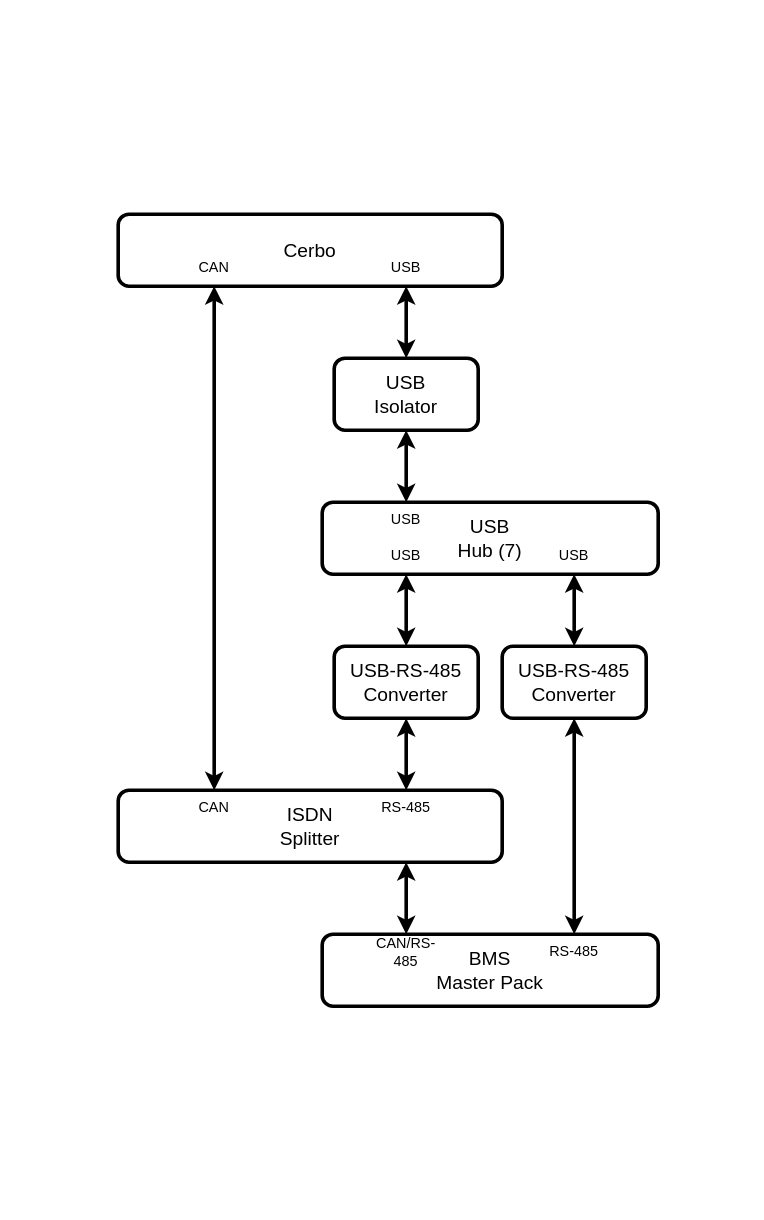
The draw.io diagram doc/wiring/image/overview.drawio in mworion/dbus-seplos, before the edit. Source tidied: cells renumbered, new cells numbered last; positions are measured from the earlier drawing's top-left corner, leaving out a move shared by most shapes. Both pictures are drawn from the tidied source at 120%, with x=0, y=0 at pixel (118, 214).
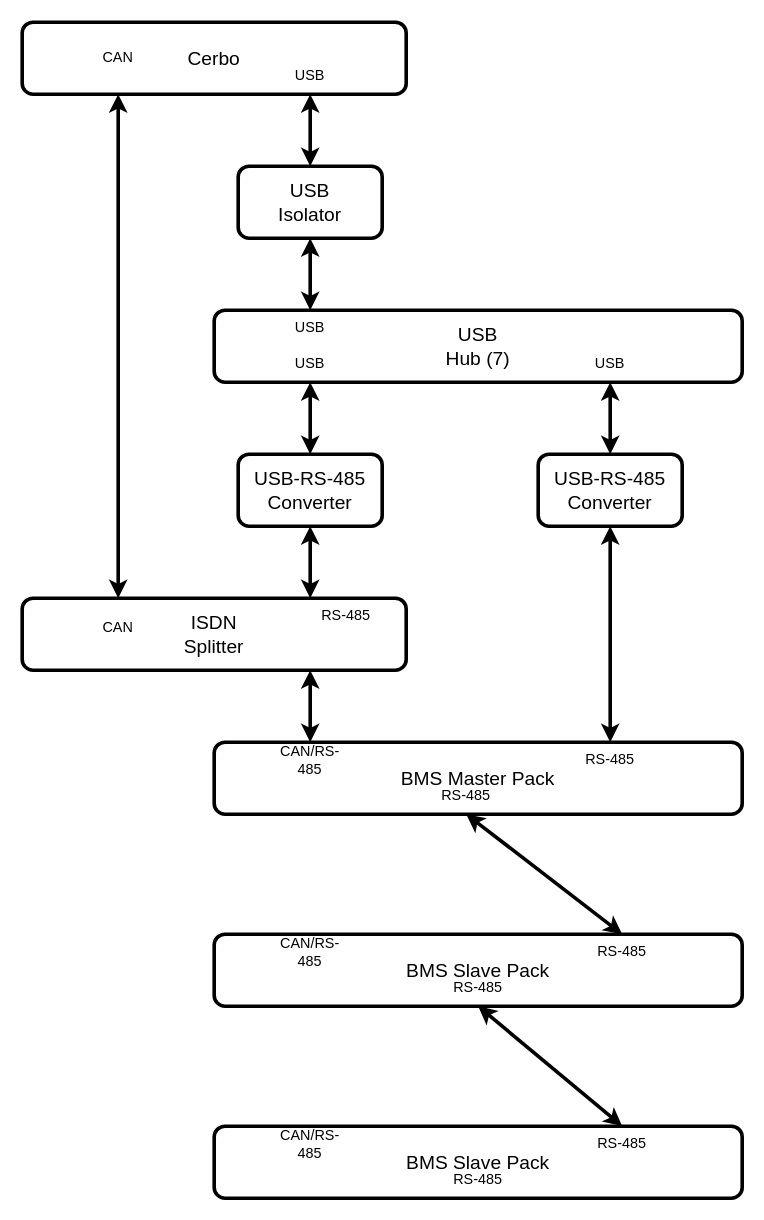
After the change.

What changed in the source:
```diff
@@
     <mxCell id="2" value="Cerbo" style="rounded=1;whiteSpace=wrap;html=1;strokeWidth=3;fontSize=16;" parent="1" vertex="1">
-      <mxGeometry width="320" height="60" as="geometry" />
+      <mxGeometry x="-80" y="-160" width="320" height="60" as="geometry" />
     </mxCell>
     <mxCell id="3" value="USB&lt;br&gt;Isolator" style="rounded=1;whiteSpace=wrap;html=1;strokeWidth=3;fontSize=16;" parent="1" vertex="1">
-      <mxGeometry x="180" y="120" width="120" height="60" as="geometry" />
+      <mxGeometry x="100" y="-40" width="120" height="60" as="geometry" />
     </mxCell>
-    <mxCell id="4" style="endArrow=classic;startArrow=classic;html=1;strokeWidth=3;exitX=0.25;exitY=1;exitDx=0;exitDy=0;entryX=0.25;entryY=0;entryDx=0;entryDy=0;" parent="1" edge="1" source="2" target="8">
+    <mxCell id="4" style="endArrow=classic;startArrow=classic;html=1;strokeWidth=3;entryX=0.25;entryY=0;entryDx=0;entryDy=0;exitX=0.25;exitY=1;exitDx=0;exitDy=0;" parent="1" edge="1" source="2" target="8">
       <mxGeometry relative="1" as="geometry" />
     </mxCell>
     <mxCell id="5" value="USB&lt;br&gt;Hub (7)" style="rounded=1;whiteSpace=wrap;html=1;strokeWidth=3;fontSize=16;" parent="1" vertex="1">
-      <mxGeometry x="170" y="240" width="280" height="60" as="geometry" />
+      <mxGeometry x="80" y="80" width="440" height="60" as="geometry" />
     </mxCell>
@@
-    <mxCell id="7" style="endArrow=classic;startArrow=classic;html=1;strokeWidth=3;exitX=0.5;exitY=1;exitDx=0;exitDy=0;entryX=0.25;entryY=0;entryDx=0;entryDy=0;" parent="1" edge="1" source="3" target="5">
+    <mxCell id="7" style="endArrow=classic;startArrow=classic;html=1;strokeWidth=3;exitX=0.5;exitY=1;exitDx=0;exitDy=0;entryX=0.5;entryY=0;entryDx=0;entryDy=0;" parent="1" edge="1" source="3" target="18">
       <mxGeometry relative="1" as="geometry" />
     </mxCell>
     <mxCell id="8" value="ISDN&lt;br&gt;Splitter" style="rounded=1;whiteSpace=wrap;html=1;strokeWidth=3;fontSize=16;" parent="1" vertex="1">
-      <mxGeometry y="480" width="320" height="60" as="geometry" />
+      <mxGeometry x="-80" y="320" width="320" height="60" as="geometry" />
     </mxCell>
-    <mxCell id="9" style="endArrow=classic;startArrow=classic;html=1;strokeWidth=3;exitX=0.25;exitY=1;exitDx=0;exitDy=0;entryX=0.5;entryY=0;entryDx=0;entryDy=0;" parent="1" edge="1" source="5" target="25">
+    <mxCell id="9" style="endArrow=classic;startArrow=classic;html=1;strokeWidth=3;entryX=0.5;entryY=0;entryDx=0;entryDy=0;" parent="1" edge="1" source="17" target="25">
       <mxGeometry relative="1" as="geometry" />
     </mxCell>
     <mxCell id="10" value="USB-RS-485&lt;br&gt;Converter" style="rounded=1;whiteSpace=wrap;html=1;strokeWidth=3;fontSize=16;" parent="1" vertex="1">
-      <mxGeometry x="320" y="360" width="120" height="60" as="geometry" />
+      <mxGeometry x="350" y="200" width="120" height="60" as="geometry" />
     </mxCell>
-    <mxCell id="11" style="endArrow=classic;startArrow=classic;html=1;strokeWidth=3;exitX=0.75;exitY=1;exitDx=0;exitDy=0;entryX=0.5;entryY=0;entryDx=0;entryDy=0;" parent="1" edge="1" source="5" target="10">
+    <mxCell id="11" style="endArrow=classic;startArrow=classic;html=1;strokeWidth=3;entryX=0.5;entryY=0;entryDx=0;entryDy=0;exitX=0.75;exitY=1;exitDx=0;exitDy=0;" parent="1" edge="1" source="5" target="10">
       <mxGeometry relative="1" as="geometry" />
     </mxCell>
-    <mxCell id="12" style="endArrow=classic;startArrow=classic;html=1;strokeWidth=3;exitX=0.75;exitY=0;exitDx=0;exitDy=0;entryX=0.5;entryY=1;entryDx=0;entryDy=0;" parent="1" edge="1" source="8" target="25">
+    <mxCell id="12" style="endArrow=classic;startArrow=classic;html=1;strokeWidth=3;entryX=0.5;entryY=1;entryDx=0;entryDy=0;exitX=0.75;exitY=0;exitDx=0;exitDy=0;" parent="1" edge="1" source="8" target="25">
       <mxGeometry relative="1" as="geometry" />
     </mxCell>
-    <mxCell id="13" value="BMS&lt;br&gt;Master Pack" style="rounded=1;whiteSpace=wrap;html=1;strokeWidth=3;fontSize=16;" parent="1" vertex="1">
-      <mxGeometry x="170" y="600" width="280" height="60" as="geometry" />
+    <mxCell id="13" value="BMS Master Pack&lt;br&gt;" style="rounded=1;whiteSpace=wrap;html=1;strokeWidth=3;fontSize=16;" parent="1" vertex="1">
+      <mxGeometry x="80" y="440" width="440" height="60" as="geometry" />
     </mxCell>
-    <mxCell id="14" style="endArrow=classic;startArrow=classic;html=1;strokeWidth=3;exitX=0.25;exitY=0;exitDx=0;exitDy=0;entryX=0.75;entryY=1;entryDx=0;entryDy=0;" parent="1" edge="1" source="13" target="8">
+    <mxCell id="14" style="endArrow=classic;startArrow=classic;html=1;strokeWidth=3;exitX=0.5;exitY=0;exitDx=0;exitDy=0;entryX=0.75;entryY=1;entryDx=0;entryDy=0;" parent="1" edge="1" source="21" target="8">
       <mxGeometry relative="1" as="geometry" />
     </mxCell>
-    <mxCell id="15" style="endArrow=classic;startArrow=classic;html=1;strokeWidth=3;exitX=0.75;exitY=0;exitDx=0;exitDy=0;entryX=0.5;entryY=1;entryDx=0;entryDy=0;" parent="1" edge="1" source="13" target="10">
+    <mxCell id="15" style="endArrow=classic;startArrow=classic;html=1;strokeWidth=3;entryX=0.5;entryY=1;entryDx=0;entryDy=0;exitX=0.75;exitY=0;exitDx=0;exitDy=0;" parent="1" edge="1" source="13" target="10">
       <mxGeometry relative="1" as="geometry" />
     </mxCell>
     <mxCell id="16" value="USB" style="text;html=1;strokeColor=none;fillColor=none;align=center;verticalAlign=middle;whiteSpace=wrap;rounded=0;" parent="1" vertex="1">
-      <mxGeometry x="210" y="30" width="60" height="30" as="geometry" />
+      <mxGeometry x="130" y="-130" width="60" height="30" as="geometry" />
     </mxCell>
     <mxCell id="17" value="USB" style="text;html=1;strokeColor=none;fillColor=none;align=center;verticalAlign=middle;whiteSpace=wrap;rounded=0;" parent="1" vertex="1">
-      <mxGeometry x="210" y="270" width="60" height="30" as="geometry" />
+      <mxGeometry x="130" y="110" width="60" height="30" as="geometry" />
     </mxCell>
     <mxCell id="18" value="USB" style="text;html=1;strokeColor=none;fillColor=none;align=center;verticalAlign=middle;whiteSpace=wrap;rounded=0;" parent="1" vertex="1">
-      <mxGeometry x="210" y="240" width="60" height="30" as="geometry" />
+      <mxGeometry x="130" y="80" width="60" height="30" as="geometry" />
     </mxCell>
     <mxCell id="19" value="USB" style="text;html=1;strokeColor=none;fillColor=none;align=center;verticalAlign=middle;whiteSpace=wrap;rounded=0;" parent="1" vertex="1">
-      <mxGeometry x="350" y="270" width="60" height="30" as="geometry" />
+      <mxGeometry x="380" y="110" width="60" height="30" as="geometry" />
     </mxCell>
     <mxCell id="20" value="RS-485" style="text;html=1;strokeColor=none;fillColor=none;align=center;verticalAlign=middle;whiteSpace=wrap;rounded=0;" parent="1" vertex="1">
-      <mxGeometry x="350" y="600" width="60" height="30" as="geometry" />
+      <mxGeometry x="380" y="440" width="60" height="30" as="geometry" />
     </mxCell>
     <mxCell id="21" value="CAN/RS-485" style="text;html=1;strokeColor=none;fillColor=none;align=center;verticalAlign=middle;whiteSpace=wrap;rounded=0;" parent="1" vertex="1">
-      <mxGeometry x="210" y="600" width="60" height="30" as="geometry" />
+      <mxGeometry x="130" y="440" width="60" height="30" as="geometry" />
     </mxCell>
     <mxCell id="22" value="CAN" style="text;html=1;strokeColor=none;fillColor=none;align=center;verticalAlign=middle;whiteSpace=wrap;rounded=0;" parent="1" vertex="1">
-      <mxGeometry x="50" y="480" width="60" height="30" as="geometry" />
+      <mxGeometry x="-30" y="330" width="60" height="30" as="geometry" />
     </mxCell>
     <mxCell id="23" value="RS-485" style="text;html=1;strokeColor=none;fillColor=none;align=center;verticalAlign=middle;whiteSpace=wrap;rounded=0;" parent="1" vertex="1">
-      <mxGeometry x="210" y="480" width="60" height="30" as="geometry" />
+      <mxGeometry x="160" y="320" width="60" height="30" as="geometry" />
     </mxCell>
     <mxCell id="24" value="CAN" style="text;html=1;strokeColor=none;fillColor=none;align=center;verticalAlign=middle;whiteSpace=wrap;rounded=0;" parent="1" vertex="1">
-      <mxGeometry x="50" y="30" width="60" height="30" as="geometry" />
+      <mxGeometry x="-30" y="-145" width="60" height="30" as="geometry" />
     </mxCell>
     <mxCell id="25" value="USB-RS-485&lt;br&gt;Converter" style="rounded=1;whiteSpace=wrap;html=1;strokeWidth=3;fontSize=16;" parent="1" vertex="1">
-      <mxGeometry x="180" y="360" width="120" height="60" as="geometry" />
+      <mxGeometry x="100" y="200" width="120" height="60" as="geometry" />
     </mxCell>
+    <mxCell id="26" value="BMS Slave Pack&lt;br&gt;" style="rounded=1;whiteSpace=wrap;html=1;strokeWidth=3;fontSize=16;" parent="1" vertex="1">
+      <mxGeometry x="80" y="600" width="440" height="60" as="geometry" />
+    </mxCell>
+    <mxCell id="27" value="RS-485" style="text;html=1;strokeColor=none;fillColor=none;align=center;verticalAlign=middle;whiteSpace=wrap;rounded=0;" parent="1" vertex="1">
+      <mxGeometry x="260" y="470" width="60" height="30" as="geometry" />
+    </mxCell>
+    <mxCell id="28" value="RS-485" style="text;html=1;strokeColor=none;fillColor=none;align=center;verticalAlign=middle;whiteSpace=wrap;rounded=0;" parent="1" vertex="1">
+      <mxGeometry x="390" y="600" width="60" height="30" as="geometry" />
+    </mxCell>
+    <mxCell id="29" style="endArrow=classic;startArrow=classic;html=1;strokeWidth=3;entryX=0.5;entryY=1;entryDx=0;entryDy=0;exitX=0.5;exitY=0;exitDx=0;exitDy=0;" parent="1" edge="1" source="28" target="27">
+      <mxGeometry relative="1" as="geometry" />
+    </mxCell>
+    <mxCell id="30" value="RS-485" style="text;html=1;strokeColor=none;fillColor=none;align=center;verticalAlign=middle;whiteSpace=wrap;rounded=0;" parent="1" vertex="1">
+      <mxGeometry x="270" y="630" width="60" height="30" as="geometry" />
+    </mxCell>
+    <mxCell id="31" value="CAN/RS-485" style="text;html=1;strokeColor=none;fillColor=none;align=center;verticalAlign=middle;whiteSpace=wrap;rounded=0;" parent="1" vertex="1">
+      <mxGeometry x="130" y="600" width="60" height="30" as="geometry" />
+    </mxCell>
+    <mxCell id="32" value="BMS Slave Pack&lt;br&gt;" style="rounded=1;whiteSpace=wrap;html=1;strokeWidth=3;fontSize=16;" parent="1" vertex="1">
+      <mxGeometry x="80" y="760" width="440" height="60" as="geometry" />
+    </mxCell>
+    <mxCell id="33" value="RS-485" style="text;html=1;strokeColor=none;fillColor=none;align=center;verticalAlign=middle;whiteSpace=wrap;rounded=0;" parent="1" vertex="1">
+      <mxGeometry x="390" y="760" width="60" height="30" as="geometry" />
+    </mxCell>
+    <mxCell id="34" value="RS-485" style="text;html=1;strokeColor=none;fillColor=none;align=center;verticalAlign=middle;whiteSpace=wrap;rounded=0;" parent="1" vertex="1">
+      <mxGeometry x="270" y="790" width="60" height="30" as="geometry" />
+    </mxCell>
+    <mxCell id="35" value="CAN/RS-485" style="text;html=1;strokeColor=none;fillColor=none;align=center;verticalAlign=middle;whiteSpace=wrap;rounded=0;" parent="1" vertex="1">
+      <mxGeometry x="130" y="760" width="60" height="30" as="geometry" />
+    </mxCell>
+    <mxCell id="36" style="endArrow=classic;startArrow=classic;html=1;strokeWidth=3;entryX=0.5;entryY=1;entryDx=0;entryDy=0;exitX=0.5;exitY=0;exitDx=0;exitDy=0;" parent="1" edge="1" source="33" target="30">
+      <mxGeometry relative="1" as="geometry" />
+    </mxCell>
```
